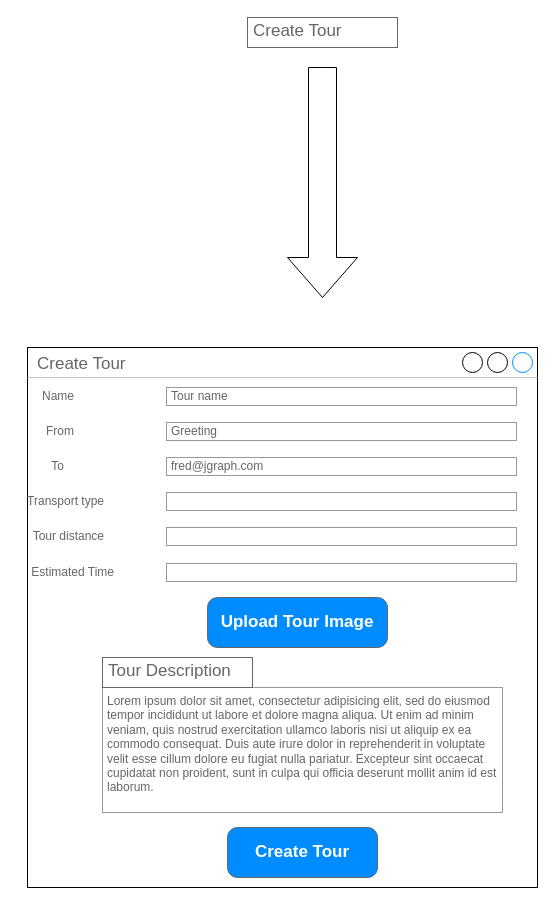
Before: page "Page-2" (2 of 4) of Documents/UI_Wireframes_Tourplanner.drawio in wajudev/TourPlanner, a draw.io diagram. Source tidied: cells renumbered, new cells numbered last; positions are measured from the earlier drawing's top-left corner, leaving out a move shared by most shapes. Both pictures are drawn from the tidied source at 100%, with x=0, y=0 at pixel (17, 17).
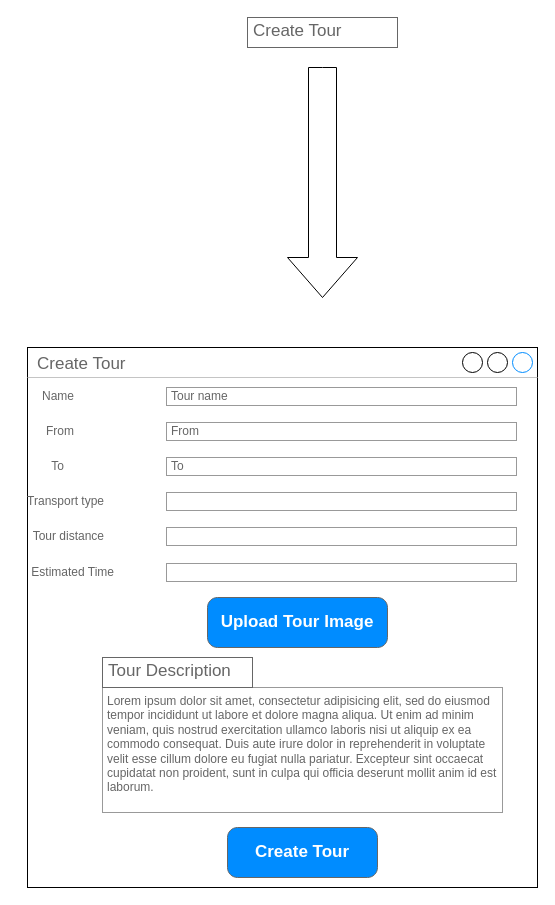
The same page after the edit.

The edit, as a diff of the source:
```diff
@@
-    <mxCell id="6" value="Greeting" style="strokeWidth=1;shadow=0;dashed=0;align=center;html=1;shape=mxgraph.mockup.forms.rrect;fillColor=#ffffff;rSize=0;fontColor=#666666;align=left;spacingLeft=3;strokeColor=#999999;" parent="1" vertex="1">
+    <mxCell id="6" value="From" style="strokeWidth=1;shadow=0;dashed=0;align=center;html=1;shape=mxgraph.mockup.forms.rrect;fillColor=#ffffff;rSize=0;fontColor=#666666;align=left;spacingLeft=3;strokeColor=#999999;" parent="1" vertex="1">
       <mxGeometry x="149" y="405" width="350" height="18" as="geometry" />
     </mxCell>
@@
-    <mxCell id="8" value="fred@jgraph.com" style="strokeWidth=1;shadow=0;dashed=0;align=center;html=1;shape=mxgraph.mockup.forms.rrect;fillColor=#ffffff;rSize=0;fontColor=#666666;align=left;spacingLeft=3;strokeColor=#999999;" parent="1" vertex="1">
+    <mxCell id="8" value="To" style="strokeWidth=1;shadow=0;dashed=0;align=center;html=1;shape=mxgraph.mockup.forms.rrect;fillColor=#ffffff;rSize=0;fontColor=#666666;align=left;spacingLeft=3;strokeColor=#999999;" parent="1" vertex="1">
       <mxGeometry x="149" y="440" width="350" height="18" as="geometry" />
     </mxCell>
```
